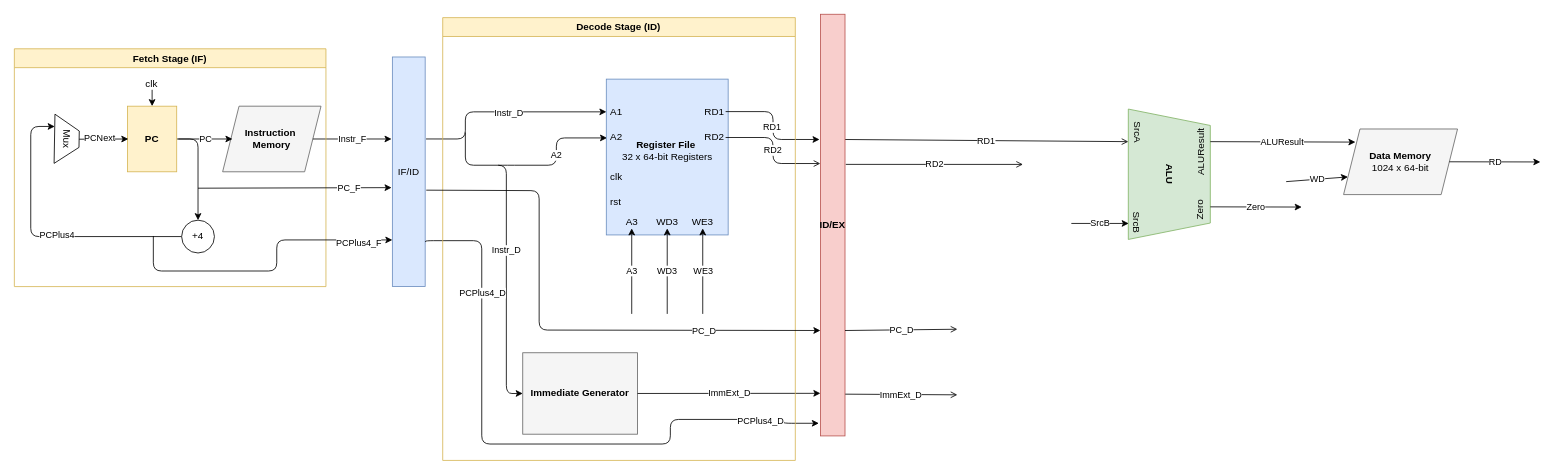
Above: docs/architechture.drawio in abdullah123ch/RV64I-Zba-Pipelined-RISC-V-Processor (draw.io), before the change. Source tidied: cells renumbered, new cells numbered last; positions are measured from the earlier drawing's top-left corner, leaving out a move shared by most shapes. Both pictures are drawn from the tidied source at 82%, with x=0, y=0 at pixel (14, 14).
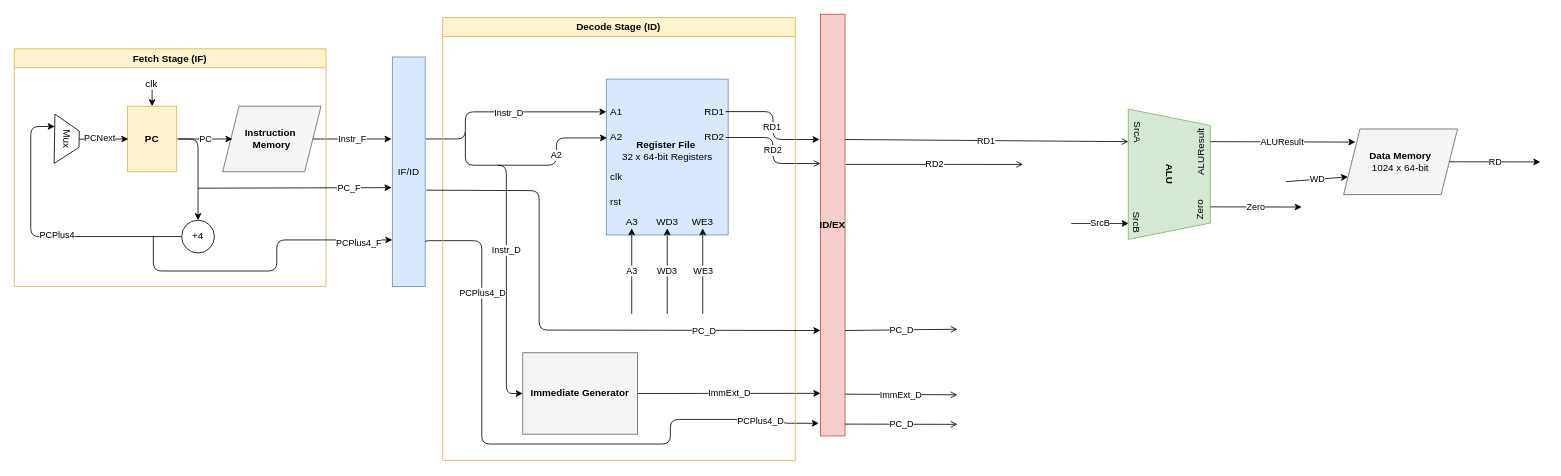
The same diagram, later.

Unchanged cells that the change refers to:
```xml
<mxCell id="8" style="group;" parent="1" vertex="1">
  <mxGeometry x="890" y="122" width="391" height="410" as="geometry" />
</mxCell>
<mxCell id="17" value="&lt;b&gt;ID/EX&lt;/b&gt;" style="rounded=0;whiteSpace=wrap;html=1;fillColor=#f8cecc;strokeColor=#b85450;verticalAlign=middle;" parent="8" vertex="1">
  <mxGeometry x="93" y="-122.1" width="30" height="514.2" as="geometry" />
</mxCell>
```

What changed in the source:
```diff
@@
+    <mxCell id="67" value="PC_D" style="endArrow=open;html=1;exitX=1;exitY=0.972;exitDx=0;exitDy=0;endFill=0;exitPerimeter=0;" parent="8" edge="1" source="17">
+      <mxGeometry relative="1" as="geometry">
+        <mxPoint x="260" y="378" as="targetPoint" />
+      </mxGeometry>
+    </mxCell>
```
